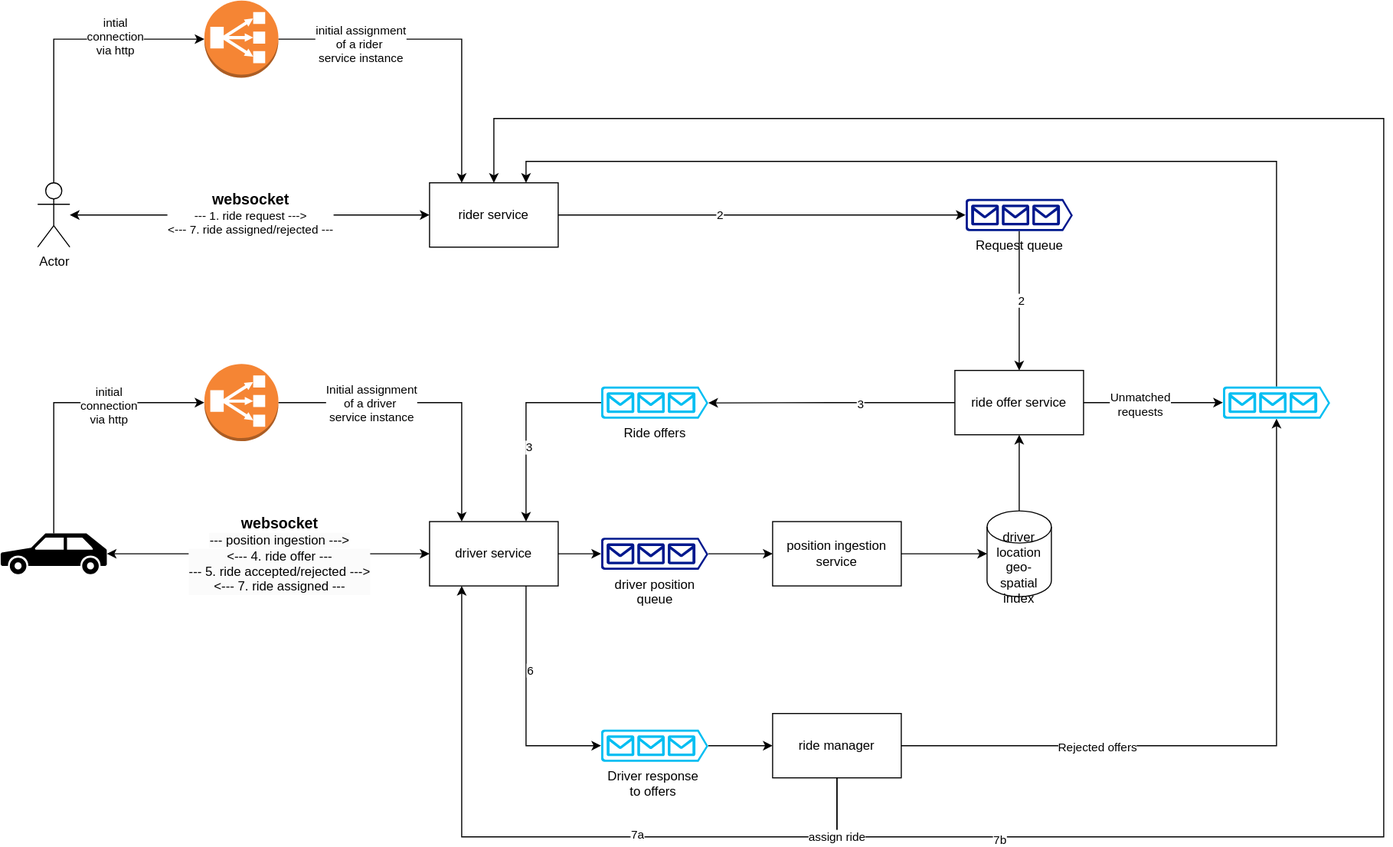
The draw.io diagram ride-hailing/ride-hailing.svg in AbhijithMadhav/distributed-systems, before a commit. Source tidied: cells renumbered, new cells last; positions are measured from the earlier drawing's top-left corner, leaving out a move shared by most shapes.
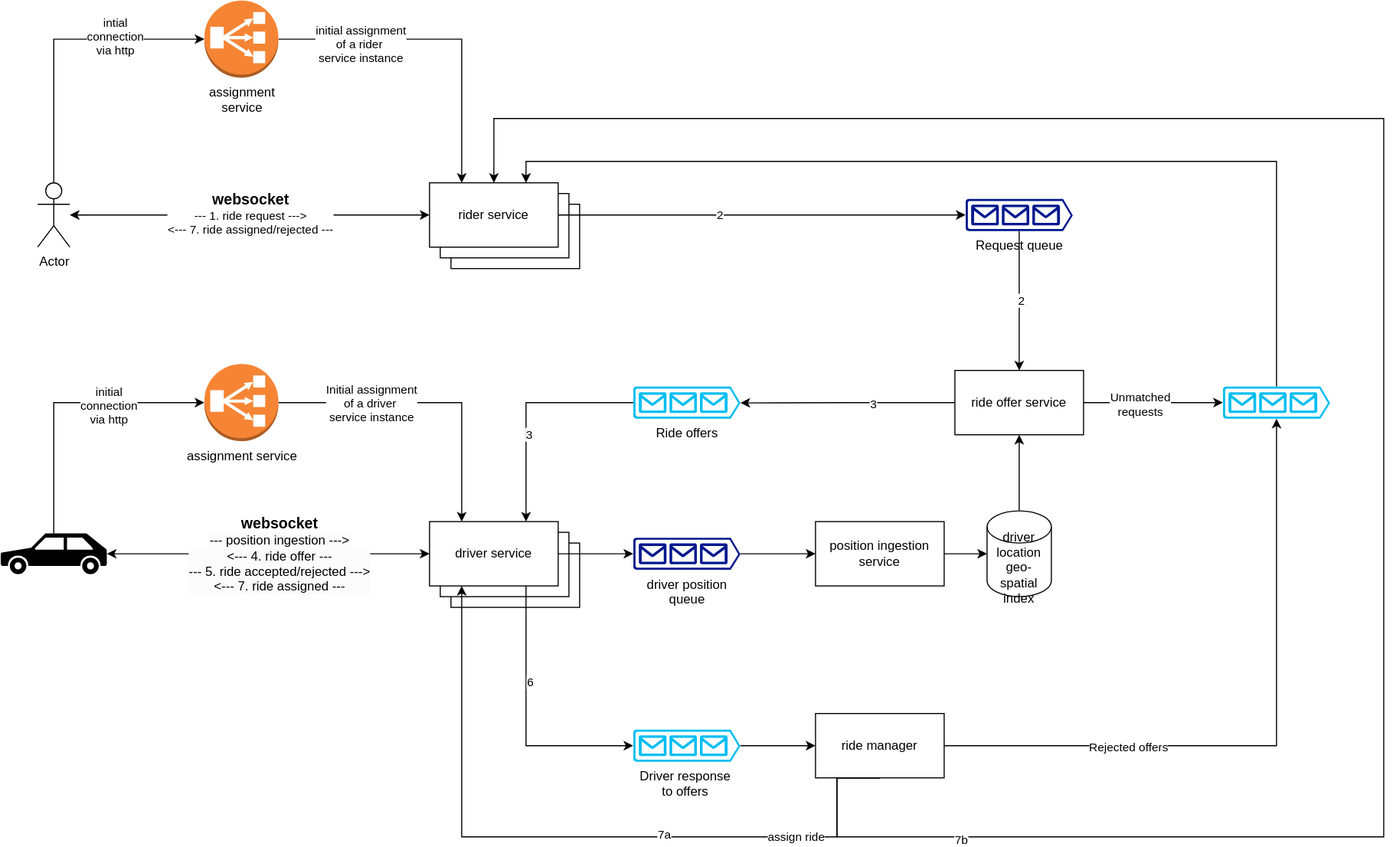
The same diagram one commit later.

Commit message:
ride hailing

The edit, as a diff of the source:
```diff
@@ -2,6 +2,18 @@
   <root>
     <mxCell id="0" />
     <mxCell id="1" parent="0" />
+    <mxCell id="55" value="driver service" style="rounded=0;whiteSpace=wrap;html=1;" parent="1" vertex="1">
+      <mxGeometry x="420" y="506" width="120" height="60" as="geometry" />
+    </mxCell>
+    <mxCell id="56" value="driver service" style="rounded=0;whiteSpace=wrap;html=1;" parent="1" vertex="1">
+      <mxGeometry x="410" y="496" width="120" height="60" as="geometry" />
+    </mxCell>
+    <mxCell id="57" value="rider service" style="rounded=0;whiteSpace=wrap;html=1;" parent="1" vertex="1">
+      <mxGeometry x="420" y="190" width="120" height="60" as="geometry" />
+    </mxCell>
+    <mxCell id="58" value="rider service" style="rounded=0;whiteSpace=wrap;html=1;" parent="1" vertex="1">
+      <mxGeometry x="410" y="180" width="120" height="60" as="geometry" />
+    </mxCell>
     <mxCell id="2" value="rider service" style="rounded=0;whiteSpace=wrap;html=1;" parent="1" vertex="1">
       <mxGeometry x="400" y="170" width="120" height="60" as="geometry" />
     </mxCell>
@@ -49,7 +61,7 @@
         <mxPoint x="-57" y="-1" as="offset" />
       </mxGeometry>
     </mxCell>
-    <mxCell id="17" style="outlineConnect=0;dashed=0;verticalLabelPosition=bottom;verticalAlign=top;align=center;html=1;shape=mxgraph.aws3.classic_load_balancer;fillColor=#F58534;gradientColor=none;" parent="1" vertex="1">
+    <mxCell id="17" value="assignment service" style="outlineConnect=0;dashed=0;verticalLabelPosition=bottom;verticalAlign=top;align=center;html=1;shape=mxgraph.aws3.classic_load_balancer;fillColor=#F58534;gradientColor=none;" parent="1" vertex="1">
       <mxGeometry x="190" y="339" width="69" height="72" as="geometry" />
     </mxCell>
     <mxCell id="18" style="edgeStyle=orthogonalEdgeStyle;rounded=0;jettySize=auto;html=1;entryX=0;entryY=0.5;entryDx=0;entryDy=0;exitX=1;exitY=0.5;exitDx=0;exitDy=0;exitPerimeter=0;startArrow=classic;startFill=1;" parent="1" edge="1" source="12" target="9">
@@ -87,13 +99,13 @@
       <mxGeometry x="920" y="476" width="60" height="80" as="geometry" />
     </mxCell>
     <mxCell id="26" value="position ingestion&lt;div&gt;service&lt;/div&gt;" style="rounded=0;whiteSpace=wrap;html=1;" parent="1" vertex="1">
-      <mxGeometry x="720" y="486" width="120" height="60" as="geometry" />
+      <mxGeometry x="760" y="486" width="120" height="60" as="geometry" />
     </mxCell>
     <mxCell id="27" style="edgeStyle=orthogonalEdgeStyle;rounded=0;jettySize=auto;html=1;entryX=0;entryY=0.5;entryDx=0;entryDy=0;" parent="1" edge="1" source="28" target="26">
       <mxGeometry relative="1" as="geometry" />
     </mxCell>
     <mxCell id="28" value="driver position&lt;div&gt;queue&lt;/div&gt;" style="sketch=0;shadow=0;dashed=0;html=1;strokeColor=none;labelPosition=center;verticalLabelPosition=bottom;verticalAlign=top;align=center;fillColor=#00188D;shape=mxgraph.azure.queue_generic;" parent="1" vertex="1">
-      <mxGeometry x="560" y="501" width="100" height="30" as="geometry" />
+      <mxGeometry x="590" y="501" width="100" height="30" as="geometry" />
     </mxCell>
     <mxCell id="29" style="edgeStyle=orthogonalEdgeStyle;rounded=0;jettySize=auto;html=1;entryX=0;entryY=0.5;entryDx=0;entryDy=0;entryPerimeter=0;" parent="1" edge="1" source="9" target="28">
       <mxGeometry relative="1" as="geometry" />
@@ -108,10 +120,10 @@
       <mxGeometry x="0.23" y="2" relative="1" as="geometry" />
     </mxCell>
     <mxCell id="33" value="Ride offers" style="verticalLabelPosition=bottom;html=1;verticalAlign=top;align=center;strokeColor=none;fillColor=#00BEF2;shape=mxgraph.azure.queue_generic;" parent="1" vertex="1">
-      <mxGeometry x="560" y="360" width="100" height="30" as="geometry" />
+      <mxGeometry x="590" y="360" width="100" height="30" as="geometry" />
     </mxCell>
     <mxCell id="34" value="Driver response&amp;nbsp;&lt;div&gt;to offers&amp;nbsp;&lt;/div&gt;" style="verticalLabelPosition=bottom;html=1;verticalAlign=top;align=center;strokeColor=none;fillColor=#00BEF2;shape=mxgraph.azure.queue_generic;" parent="1" vertex="1">
-      <mxGeometry x="560" y="680" width="100" height="30" as="geometry" />
+      <mxGeometry x="590" y="680" width="100" height="30" as="geometry" />
     </mxCell>
     <mxCell id="35" style="edgeStyle=orthogonalEdgeStyle;rounded=0;jettySize=auto;html=1;entryX=0.25;entryY=1;entryDx=0;entryDy=0;exitX=0.5;exitY=1;exitDx=0;exitDy=0;" parent="1" edge="1" source="40" target="9">
       <mxGeometry relative="1" as="geometry">
@@ -143,7 +155,7 @@
       <mxGeometry x="-0.81" y="-2" relative="1" as="geometry" />
     </mxCell>
     <mxCell id="40" value="ride manager" style="rounded=0;whiteSpace=wrap;html=1;" parent="1" vertex="1">
-      <mxGeometry x="720" y="665" width="120" height="60" as="geometry" />
+      <mxGeometry x="760" y="665" width="120" height="60" as="geometry" />
     </mxCell>
     <mxCell id="41" style="edgeStyle=orthogonalEdgeStyle;rounded=0;jettySize=auto;html=1;entryX=0;entryY=0.5;entryDx=0;entryDy=0;entryPerimeter=0;exitX=0.75;exitY=1;exitDx=0;exitDy=0;" parent="1" edge="1" source="9" target="34">
       <mxGeometry relative="1" as="geometry" />
@@ -185,7 +197,7 @@
         <mxPoint y="1" as="offset" />
       </mxGeometry>
     </mxCell>
-    <mxCell id="52" style="outlineConnect=0;dashed=0;verticalLabelPosition=bottom;verticalAlign=top;align=center;html=1;shape=mxgraph.aws3.classic_load_balancer;fillColor=#F58534;gradientColor=none;" parent="1" vertex="1">
+    <mxCell id="52" value="assignment&lt;div&gt;service&lt;/div&gt;" style="outlineConnect=0;dashed=0;verticalLabelPosition=bottom;verticalAlign=top;align=center;html=1;shape=mxgraph.aws3.classic_load_balancer;fillColor=#F58534;gradientColor=none;" parent="1" vertex="1">
       <mxGeometry x="190" width="69" height="72" as="geometry" />
     </mxCell>
     <mxCell id="53" style="edgeStyle=orthogonalEdgeStyle;rounded=0;jettySize=auto;html=1;entryX=0;entryY=0.5;entryDx=0;entryDy=0;entryPerimeter=0;exitX=0.5;exitY=0;exitDx=0;exitDy=0;exitPerimeter=0;" parent="1" edge="1" source="5" target="52">
```
